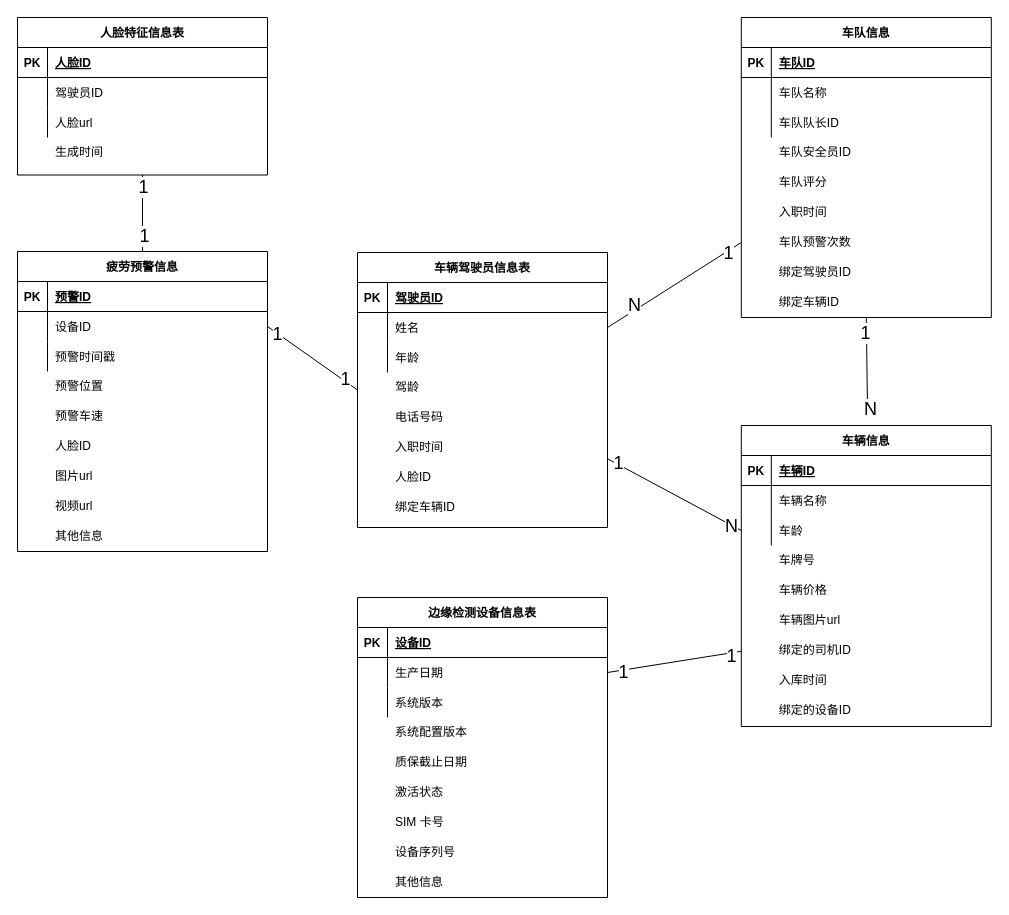
This is 疲劳驾驶预警系统-数据库ER图.drawio from Flhawker/Flow, a draw.io file, before an edit. Source tidied: cells renumbered, new cells numbered last; positions are measured from the earlier drawing's top-left corner, leaving out a move shared by most shapes. Both pictures are drawn from the tidied source at 100%, with x=0, y=0 at pixel (17, 17).
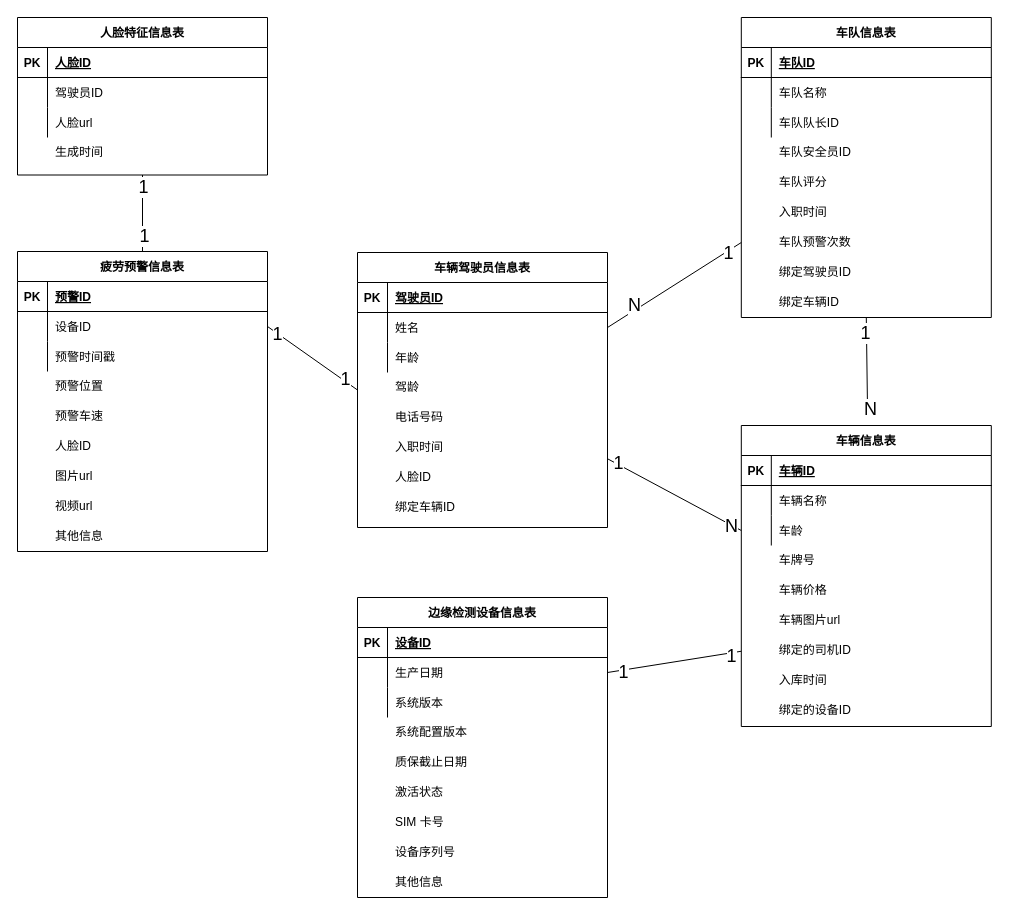
The same page after the edit.

Commit message (it also covers changes not shown here):
Update 疲劳驾驶预警系统-数据库ER图.drawio

Change to the diagram source:
```diff
@@
-    <mxCell id="26" value="疲劳预警信息" style="shape=table;startSize=30;childLayout=tableLayout;rowLines=0;fontStyle=1;align=center;" parent="1" vertex="1">
+    <mxCell id="26" value="疲劳预警信息表" style="shape=table;startSize=30;childLayout=tableLayout;rowLines=0;fontStyle=1;align=center;" parent="1" vertex="1">
       <mxGeometry y="234" width="250" height="300" as="geometry" />
     </mxCell>
@@
-    <mxCell id="44" value="车辆信息" style="shape=table;startSize=30;childLayout=tableLayout;rowLines=0;fontStyle=1;align=center;" parent="1" vertex="1">
+    <mxCell id="44" value="车辆信息表" style="shape=table;startSize=30;childLayout=tableLayout;rowLines=0;fontStyle=1;align=center;" parent="1" vertex="1">
       <mxGeometry x="723.8" y="408" width="250" height="301" as="geometry" />
     </mxCell>
@@
-    <mxCell id="59" value="车队信息" style="shape=table;startSize=30;childLayout=tableLayout;rowLines=0;fontStyle=1;align=center;" parent="1" vertex="1">
+    <mxCell id="59" value="车队信息表" style="shape=table;startSize=30;childLayout=tableLayout;rowLines=0;fontStyle=1;align=center;" parent="1" vertex="1">
       <mxGeometry x="723.8" width="250" height="300" as="geometry" />
     </mxCell>
```
